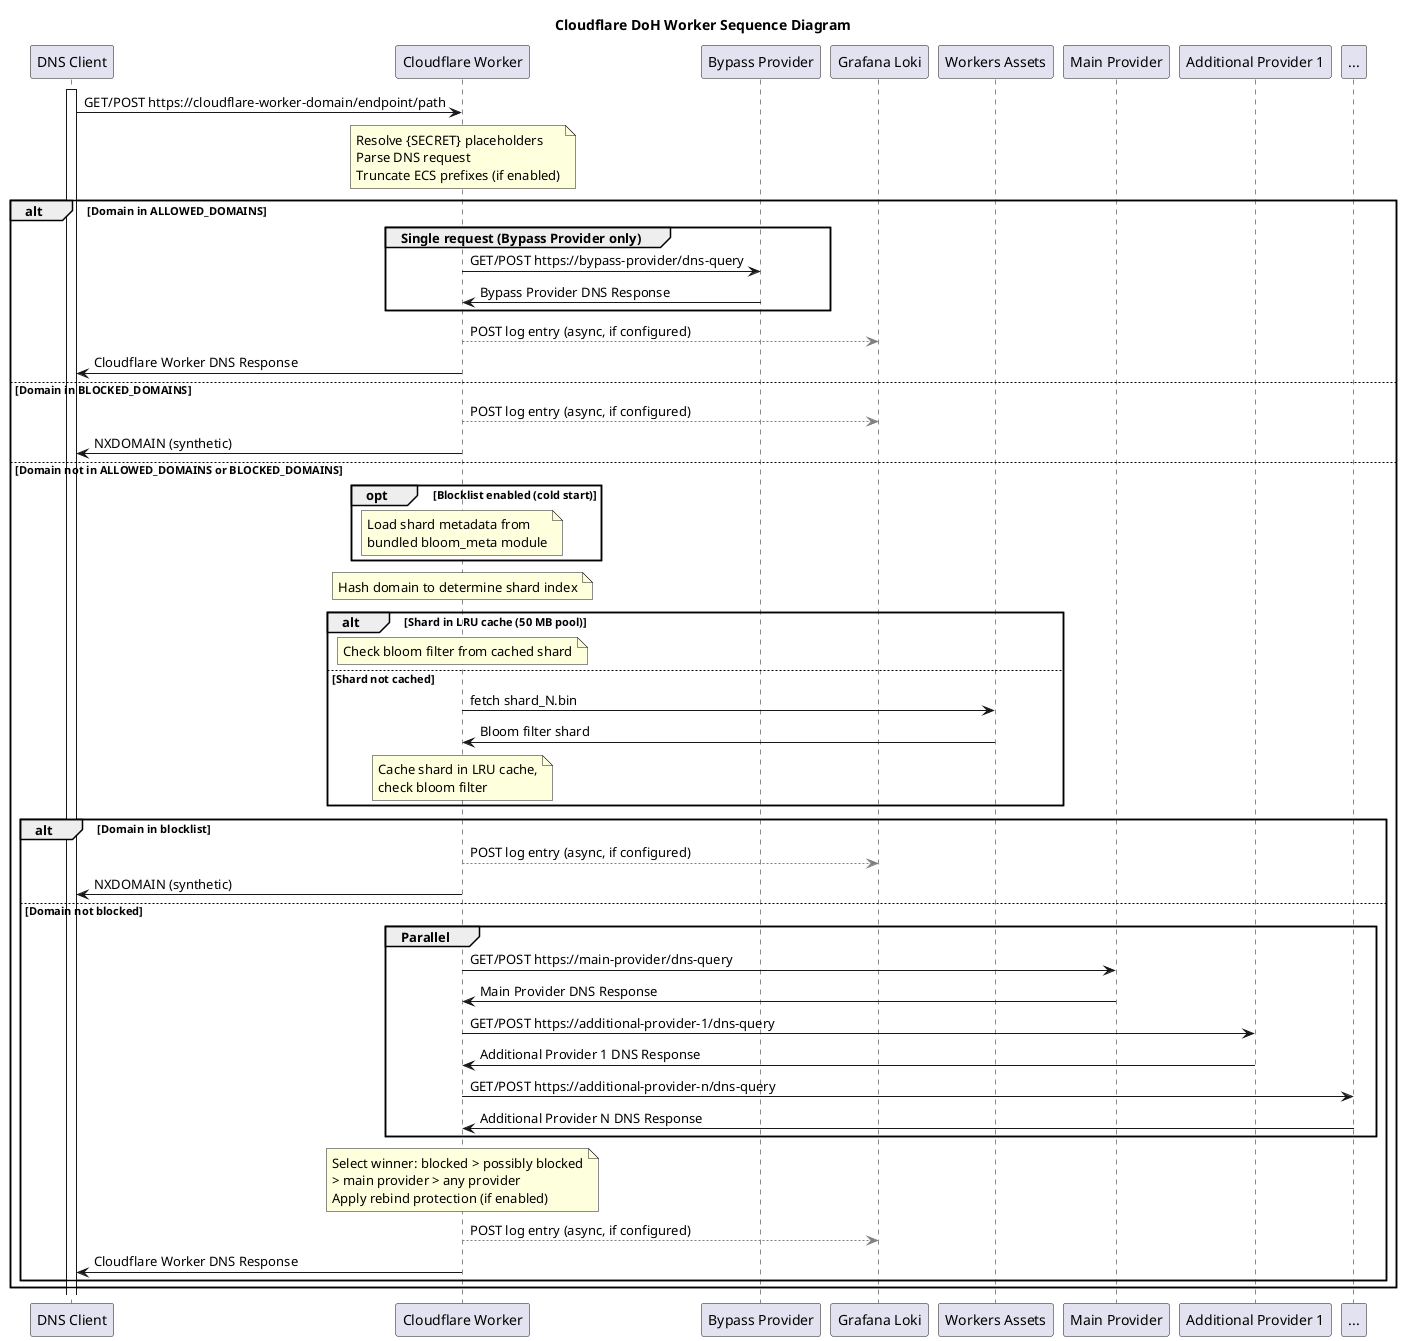
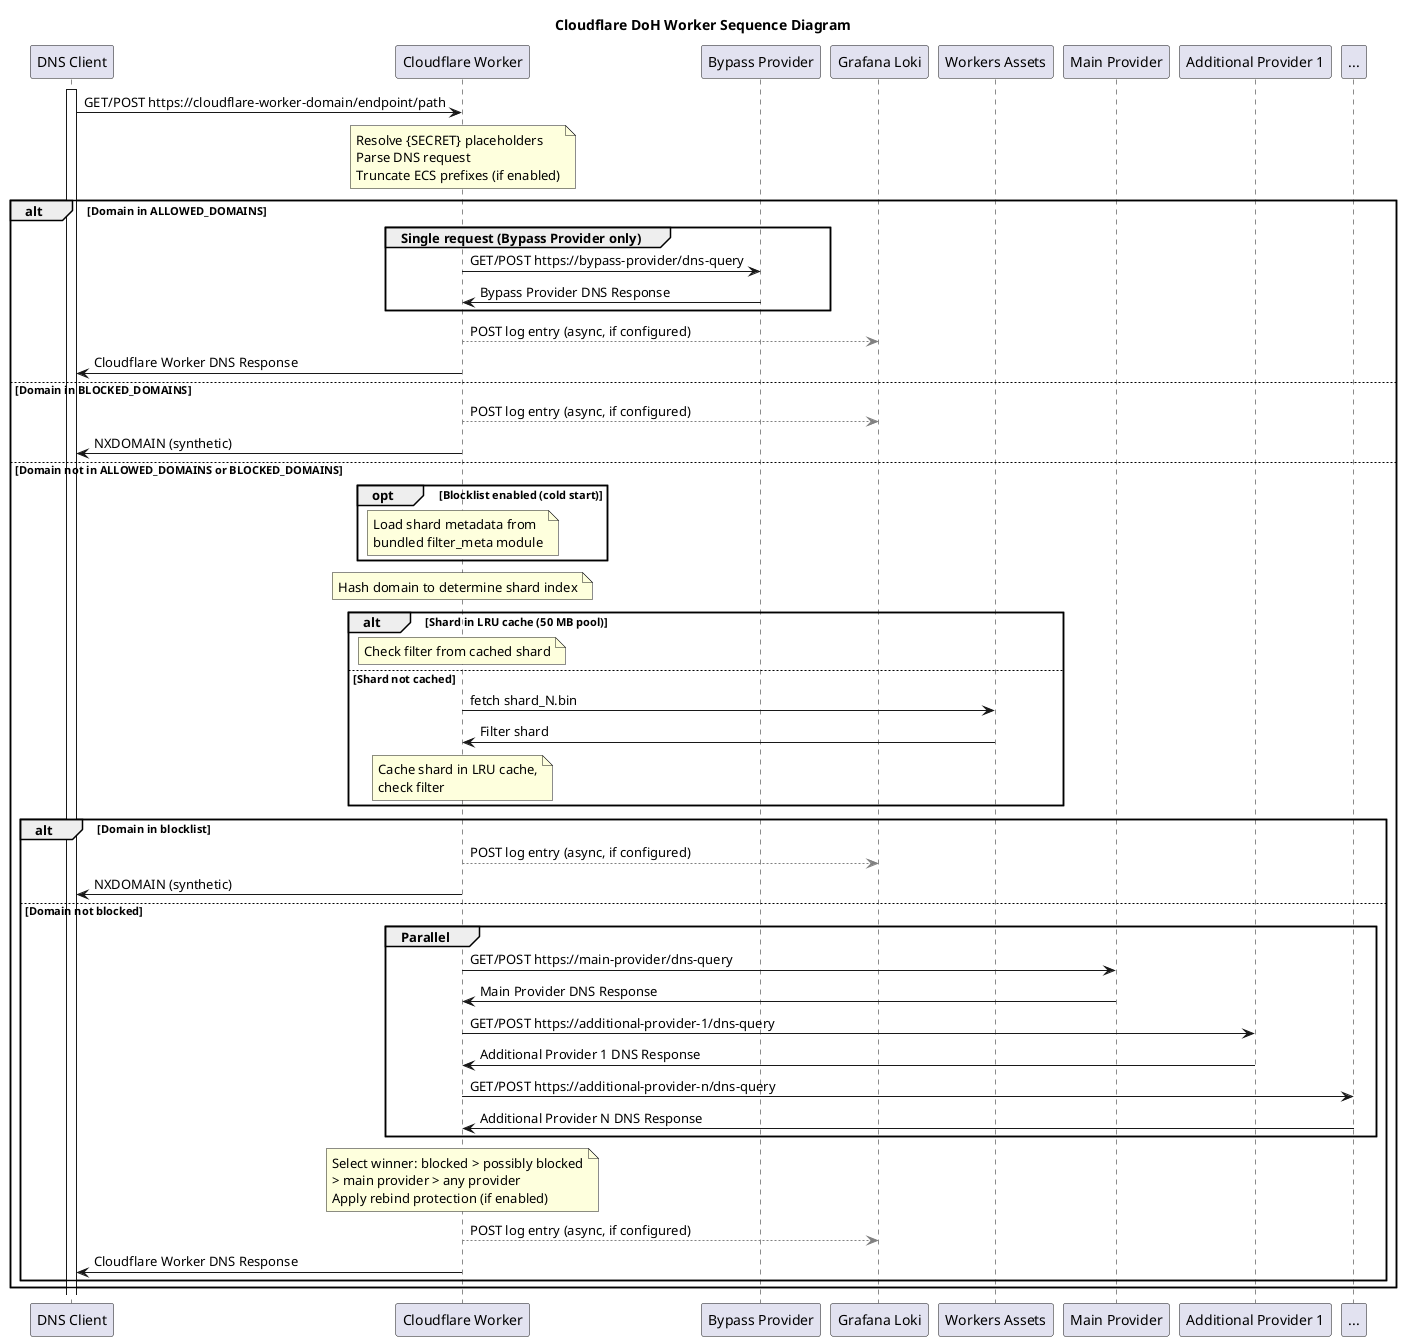
@startuml Cloudflare-DoH-Worker

title Cloudflare DoH Worker Sequence Diagram

activate "DNS Client"

"DNS Client" -> "Cloudflare Worker": GET/POST https://cloudflare-worker-domain/endpoint/path

note over "Cloudflare Worker": Resolve {SECRET} placeholders\nParse DNS request\nTruncate ECS prefixes (if enabled)

alt Domain in ALLOWED_DOMAINS
group Single request (Bypass Provider only)
  "Cloudflare Worker" -> "Bypass Provider": GET/POST https://bypass-provider/dns-query
  "Cloudflare Worker" <- "Bypass Provider": Bypass Provider DNS Response
end

"Cloudflare Worker" -[#gray]-> "Grafana Loki": POST log entry (async, if configured)
"Cloudflare Worker" -> "DNS Client": Cloudflare Worker DNS Response
else Domain in BLOCKED_DOMAINS
  "Cloudflare Worker" -[#gray]-> "Grafana Loki": POST log entry (async, if configured)
  "Cloudflare Worker" -> "DNS Client": NXDOMAIN (synthetic)
else Domain not in ALLOWED_DOMAINS or BLOCKED_DOMAINS

opt Blocklist enabled (cold start)
-   note over "Cloudflare Worker": Load shard metadata from\nbundled bloom_meta module
+   note over "Cloudflare Worker": Load shard metadata from\nbundled filter_meta module
end

note over "Cloudflare Worker": Hash domain to determine shard index
alt Shard in LRU cache (50 MB pool)
-   note over "Cloudflare Worker": Check bloom filter from cached shard
+   note over "Cloudflare Worker": Check filter from cached shard
else Shard not cached
  "Cloudflare Worker" -> "Workers Assets": fetch shard_N.bin
-   "Cloudflare Worker" <- "Workers Assets": Bloom filter shard
-   note over "Cloudflare Worker": Cache shard in LRU cache,\ncheck bloom filter
+   "Cloudflare Worker" <- "Workers Assets": Filter shard
+   note over "Cloudflare Worker": Cache shard in LRU cache,\ncheck filter
end

alt Domain in blocklist
  "Cloudflare Worker" -[#gray]-> "Grafana Loki": POST log entry (async, if configured)
  "Cloudflare Worker" -> "DNS Client": NXDOMAIN (synthetic)
else Domain not blocked
group Parallel
  "Cloudflare Worker" -> "Main Provider": GET/POST https://main-provider/dns-query
  "Cloudflare Worker" <- "Main Provider": Main Provider DNS Response
  "Cloudflare Worker" -> "Additional Provider 1": GET/POST https://additional-provider-1/dns-query
  "Cloudflare Worker" <- "Additional Provider 1": Additional Provider 1 DNS Response
  "Cloudflare Worker" -> ...: GET/POST https://additional-provider-n/dns-query
  "Cloudflare Worker" <- ...: Additional Provider N DNS Response
end

note over "Cloudflare Worker": Select winner: blocked > possibly blocked\n> main provider > any provider\nApply rebind protection (if enabled)

"Cloudflare Worker" -[#gray]-> "Grafana Loki": POST log entry (async, if configured)
"Cloudflare Worker" -> "DNS Client": Cloudflare Worker DNS Response
end
end

@enduml
